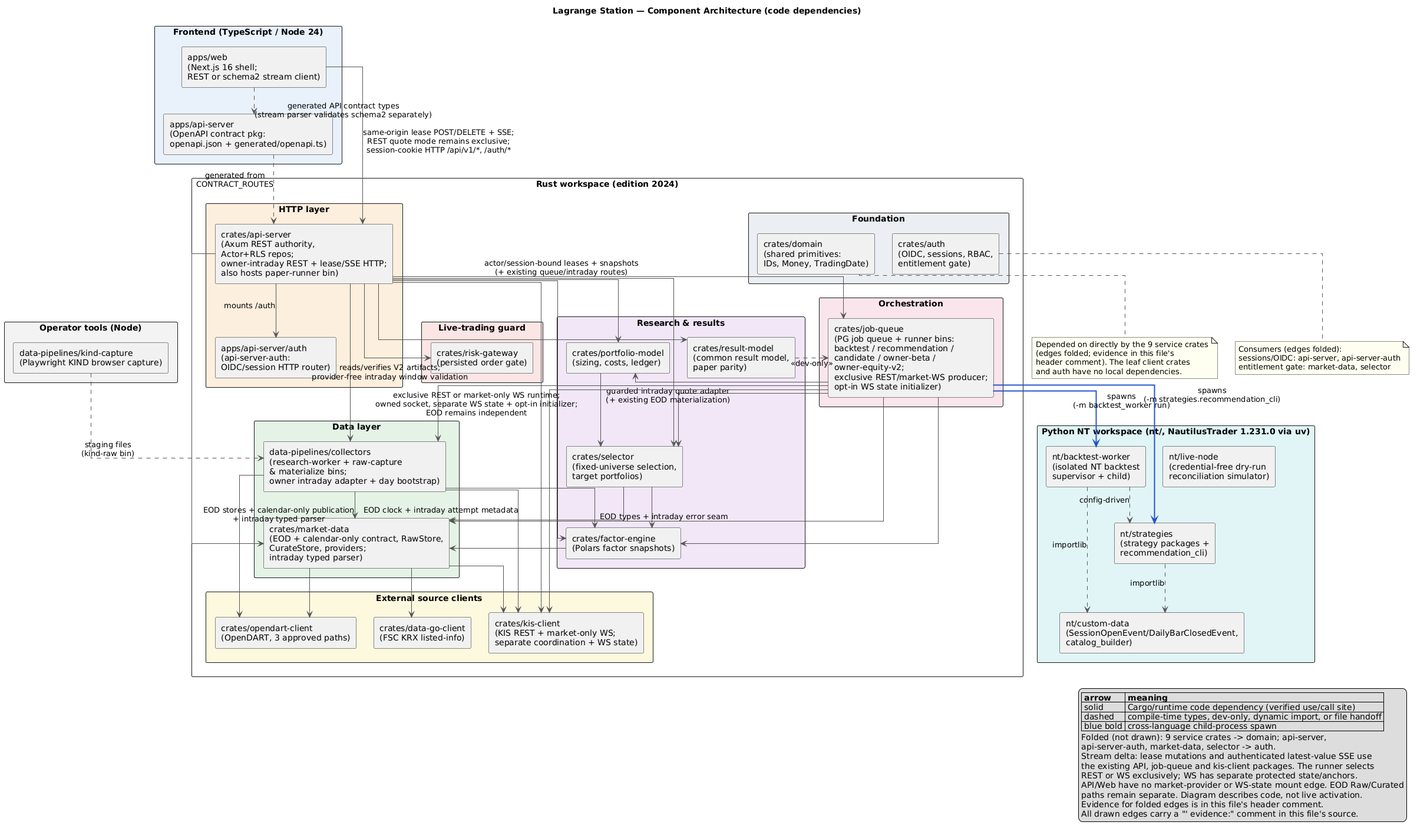
Above: docs/diagrams/component_architecture.png in sihioov/Lagrange (PlantUML), before the change.
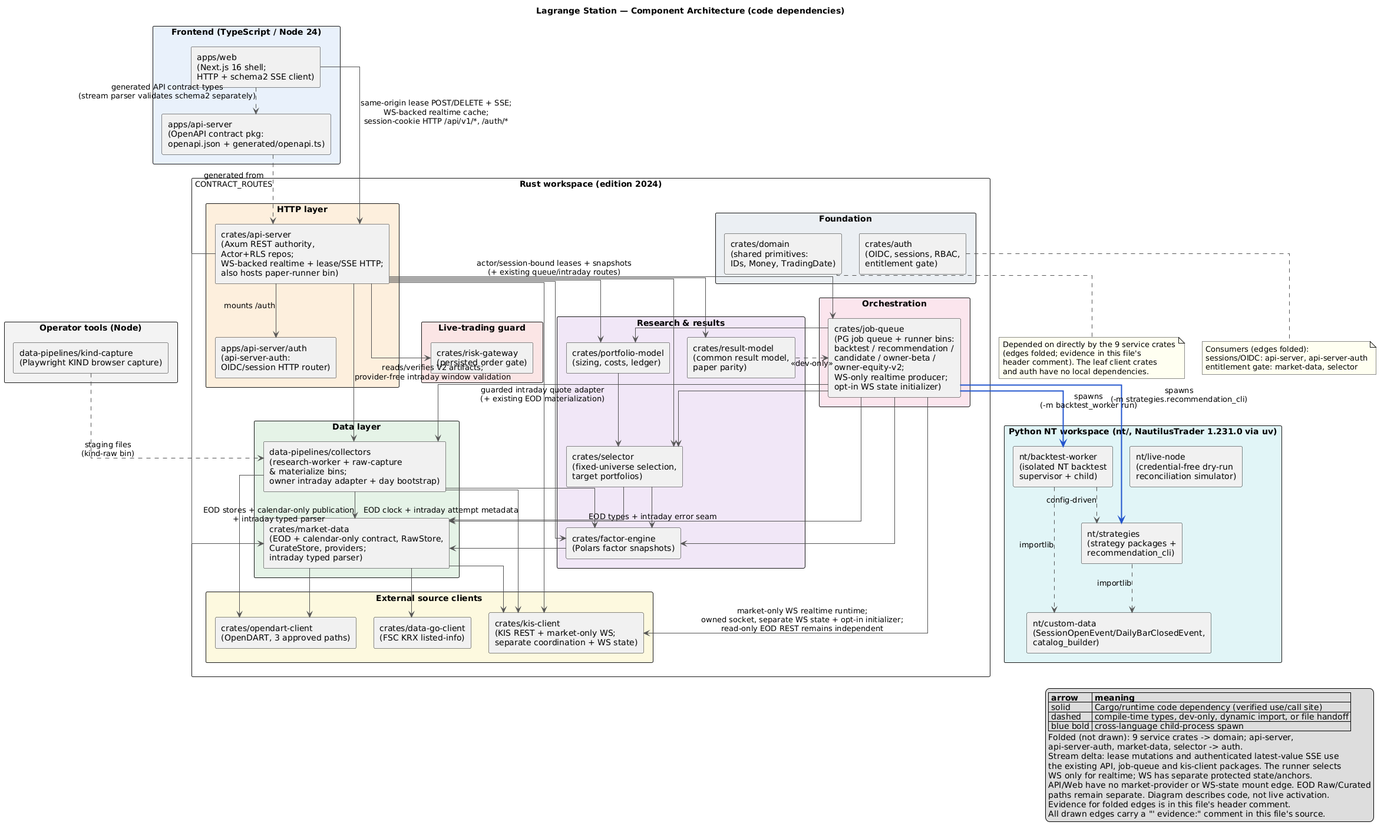
The same diagram one commit later.

Commit message:
docs(architecture): align diagrams with websocket-only realtime

The edit, as a diff of the source:
```diff
@@ -12,19 +12,19 @@
 skinparam noteBackgroundColor #FFFFF0
 
 package "Frontend (TypeScript / Node 24)" #E8F1FB {
-  component "apps/web\n(Next.js 16 shell;\nREST or schema2 stream client)" as web
+  component "apps/web\n(Next.js 16 shell;\nHTTP + schema2 SSE client)" as web
   component "apps/api-server\n(OpenAPI contract pkg:\nopenapi.json + generated/openapi.ts)" as api_contract
 }
 
 package "Rust workspace (edition 2024)" {
 
   package "HTTP layer" #FDEEDC {
-    component "crates/api-server\n(Axum REST authority,\nActor+RLS repos;\nowner-intraday REST + lease/SSE HTTP;\nalso hosts paper-runner bin)" as api_server
+    component "crates/api-server\n(Axum REST authority,\nActor+RLS repos;\nWS-backed realtime + lease/SSE HTTP;\nalso hosts paper-runner bin)" as api_server
     component "apps/api-server/auth\n(api-server-auth:\nOIDC/session HTTP router)" as api_server_auth
   }
 
   package "Orchestration" #FBE4EC {
-    component "crates/job-queue\n(PG job queue + runner bins:\nbacktest / recommendation /\ncandidate / owner-beta /\nowner-equity-v2;\nexclusive REST/market-WS producer;\nopt-in WS state initializer)" as job_queue
+    component "crates/job-queue\n(PG job queue + runner bins:\nbacktest / recommendation /\ncandidate / owner-beta /\nowner-equity-v2;\nWS-only realtime producer;\nopt-in WS state initializer)" as job_queue
   }
 
   package "Research & results" #F1E6F7 {
@@ -80,7 +80,7 @@
 }
 
 
-web --> api_server : same-origin lease POST/DELETE + SSE;\nREST quote mode remains exclusive;\nsession-cookie HTTP /api/v1/*, /auth/*
+web --> api_server : same-origin lease POST/DELETE + SSE;\nWS-backed realtime cache;\nsession-cookie HTTP /api/v1/*, /auth/*
 
 web ..> api_contract : generated API contract types\n(stream parser validates schema2 separately)
 
@@ -106,7 +106,7 @@
 job_queue --> portfolio_model
 job_queue --> market_data : EOD types + intraday error seam
 job_queue --> collectors : guarded intraday quote adapter\n(+ existing EOD materialization)
-job_queue --> kis_client : exclusive REST or market-only WS runtime;\nowned socket, separate WS state + opt-in initializer;\nEOD remains independent
+job_queue --> kis_client : market-only WS realtime runtime;\nowned socket, separate WS state + opt-in initializer;\nread-only EOD REST remains independent
 
 
 factor_engine --> market_data
@@ -151,7 +151,7 @@
   api-server-auth, market-data, selector -> auth.
   Stream delta: lease mutations and authenticated latest-value SSE use
   the existing API, job-queue and kis-client packages. The runner selects
-  REST or WS exclusively; WS has separate protected state/anchors.
+  WS only for realtime; WS has separate protected state/anchors.
   API/Web have no market-provider or WS-state mount edge. EOD Raw/Curated
   paths remain separate. Diagram describes code, not live activation.
   Evidence for folded edges is in this file's header comment.
```
